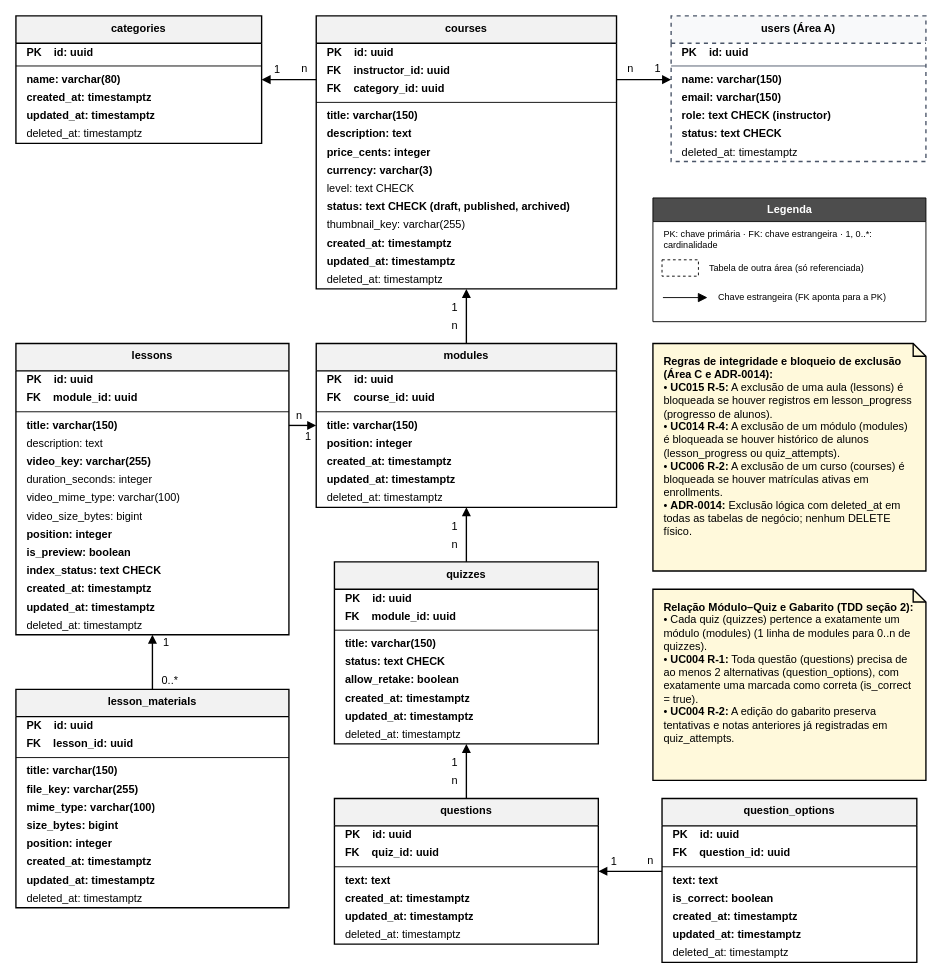
Before: especificacao/diagramas/12-modelo-de-dados-area-b.drawio in Plataforma-de-Cursos-TCC/plataforma-cursos-docs, a draw.io diagram. Source tidied: cells renumbered, new cells numbered last; positions are measured from the earlier drawing's top-left corner, leaving out a move shared by most shapes. Both pictures are drawn from the tidied source at 91%, with x=0, y=0 at pixel (15, 15).
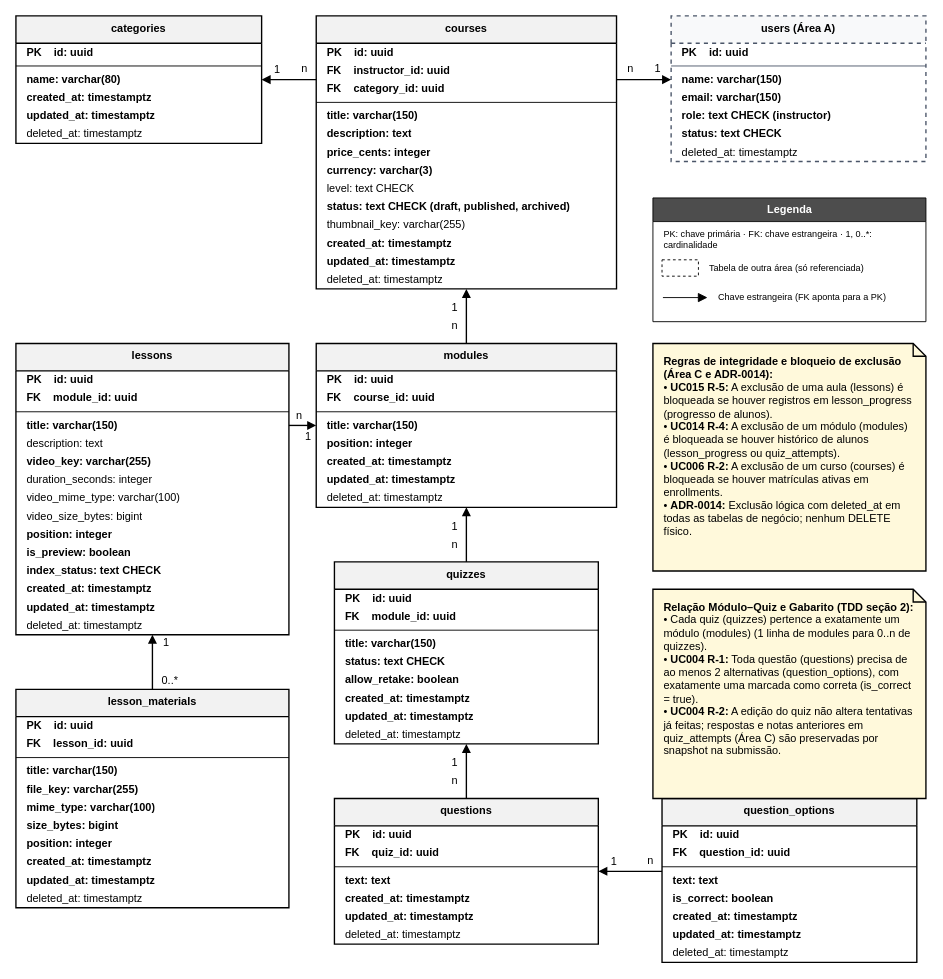
The same diagram, later.

Commit message (it also covers changes not shown here):
fix(area-b): align quiz snapshot, media duration and course query service

Diff of the diagram source:
```diff
@@
-    <mxCell id="81" value="&lt;b&gt;Relação Módulo–Quiz e Gabarito (TDD seção 2):&lt;/b&gt;&lt;br&gt;• Cada quiz (quizzes) pertence a exatamente um módulo (modules) (1 linha de modules para 0..n de quizzes).&lt;br&gt;• &lt;b&gt;UC004 R-1:&lt;/b&gt; Toda questão (questions) precisa de ao menos 2 alternativas (question_options), com exatamente uma marcada como correta (is_correct = true).&lt;br&gt;• &lt;b&gt;UC004 R-2:&lt;/b&gt; A edição do gabarito preserva tentativas e notas anteriores já registradas em quiz_attempts." style="shape=note;whiteSpace=wrap;html=1;size=14;verticalAlign=top;align=left;spacingTop=6;spacingLeft=10;spacingRight=10;spacingBottom=6;fillColor=#FFF9DB;strokeColor=#000000;strokeWidth=1.5;fontFamily=Helvetica;fontSize=12;" parent="1" vertex="1">
-      <mxGeometry x="700" y="630" width="300" height="210" as="geometry" />
+    <mxCell id="81" value="&lt;b&gt;Relação Módulo–Quiz e Gabarito (TDD seção 2):&lt;/b&gt;&lt;br&gt;• Cada quiz (quizzes) pertence a exatamente um módulo (modules) (1 linha de modules para 0..n de quizzes).&lt;br&gt;• &lt;b&gt;UC004 R-1:&lt;/b&gt; Toda questão (questions) precisa de ao menos 2 alternativas (question_options), com exatamente uma marcada como correta (is_correct = true).&lt;br&gt;• &lt;b&gt;UC004 R-2:&lt;/b&gt; A edição do quiz não altera tentativas já feitas; respostas e notas anteriores em quiz_attempts (Área C) são preservadas por snapshot na submissão." style="shape=note;whiteSpace=wrap;html=1;size=14;verticalAlign=top;align=left;spacingTop=6;spacingLeft=10;spacingRight=10;spacingBottom=6;fillColor=#FFF9DB;strokeColor=#000000;strokeWidth=1.5;fontFamily=Helvetica;fontSize=12;" parent="1" vertex="1">
+      <mxGeometry x="700" y="630" width="300" height="230" as="geometry" />
     </mxCell>
```
